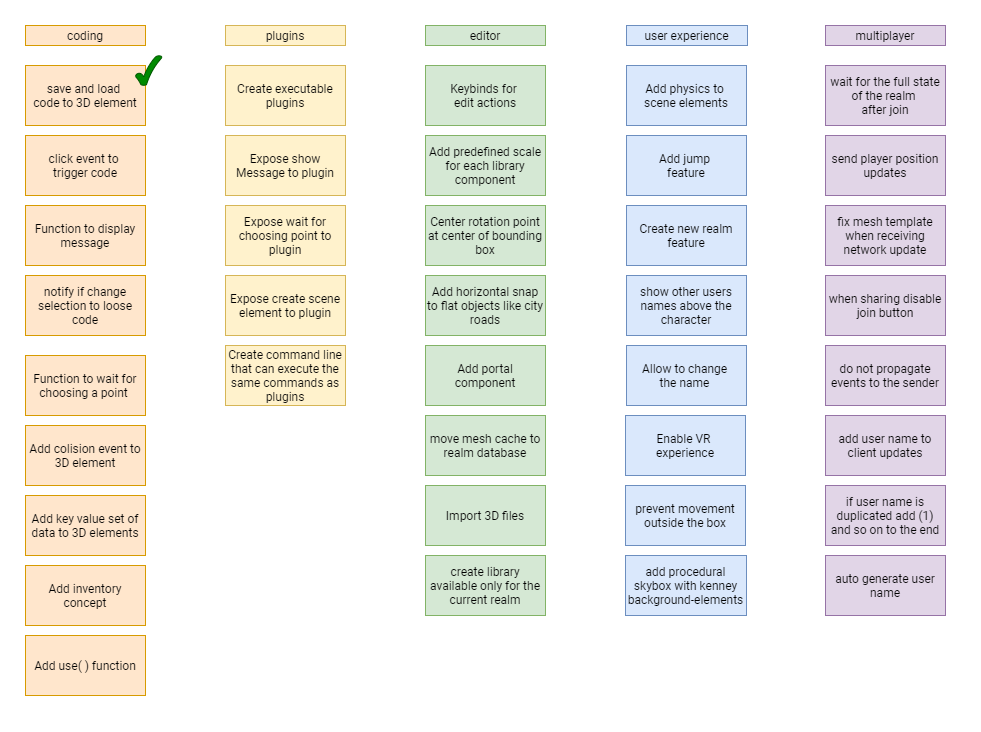
Before: small-flat-world-roadmap.png, a diagram exported from draw.io (hamilton-lima/smallflatworld). Source tidied: cells renumbered, new cells last; positions are measured from the earlier drawing's top-left corner, leaving out a move shared by most shapes.
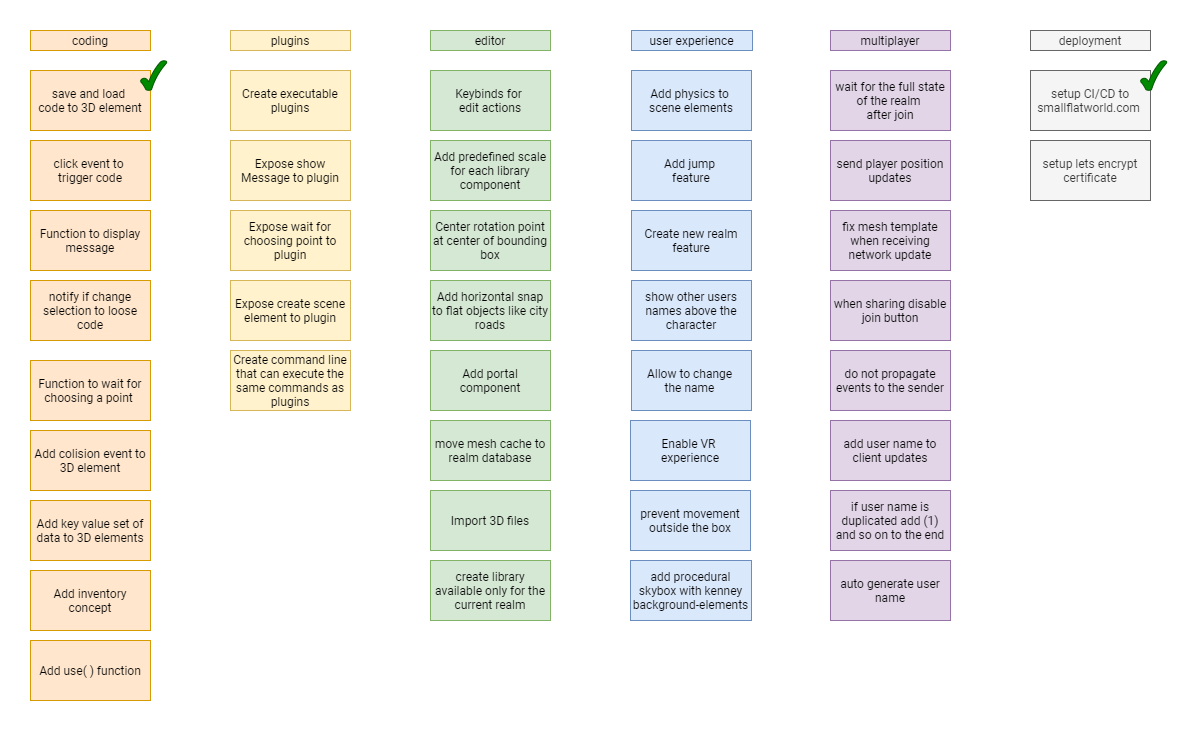
The same diagram one commit later.

The edit, as a diff of the source:
```diff
@@ -134,5 +134,17 @@
     <mxCell id="45" style="verticalLabelPosition=bottom;verticalAlign=top;html=1;shape=mxgraph.basic.tick;fontFamily=Roboto;fillColor=#008a00;strokeColor=#005700;fontColor=#ffffff;" parent="1" vertex="1">
       <mxGeometry x="110" y="30" width="26.2" height="30" as="geometry" />
     </mxCell>
+    <mxCell id="46" value="deployment" style="text;html=1;strokeColor=#666666;fillColor=#f5f5f5;align=center;verticalAlign=middle;whiteSpace=wrap;rounded=0;fontFamily=Roboto;fontColor=#333333;" parent="1" vertex="1">
+      <mxGeometry x="1000" width="120" height="20" as="geometry" />
+    </mxCell>
+    <mxCell id="47" value="setup CI/CD to smallflatworld.com&amp;nbsp;" style="rounded=0;whiteSpace=wrap;html=1;fontFamily=Roboto;fillColor=#f5f5f5;strokeColor=#666666;fontColor=#333333;" parent="1" vertex="1">
+      <mxGeometry x="1000" y="40" width="120" height="60" as="geometry" />
+    </mxCell>
+    <mxCell id="48" value="setup lets encrypt certificate" style="rounded=0;whiteSpace=wrap;html=1;fontFamily=Roboto;fillColor=#f5f5f5;strokeColor=#666666;fontColor=#333333;" parent="1" vertex="1">
+      <mxGeometry x="1000" y="110" width="120" height="60" as="geometry" />
+    </mxCell>
+    <mxCell id="49" style="verticalLabelPosition=bottom;verticalAlign=top;html=1;shape=mxgraph.basic.tick;fontFamily=Roboto;fillColor=#008a00;strokeColor=#005700;fontColor=#ffffff;" parent="1" vertex="1">
+      <mxGeometry x="1110" y="30" width="26.2" height="30" as="geometry" />
+    </mxCell>
   </root>
 </mxGraphModel>
```
